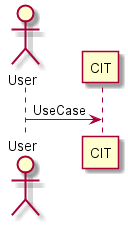
Before: docs/Solution/Trust-Manager/UserInteraction.png, a diagram exported from PlantUML (CAADE/CloudLet).
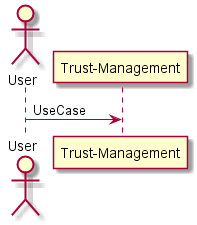
After the change.

Diff of the diagram source:
```diff
@@ -1,6 +1,6 @@
 @startuml
 actor User
 
-User -> "CIT": UseCase
+User -> "Trust-Management": UseCase
 
 @enduml
```
